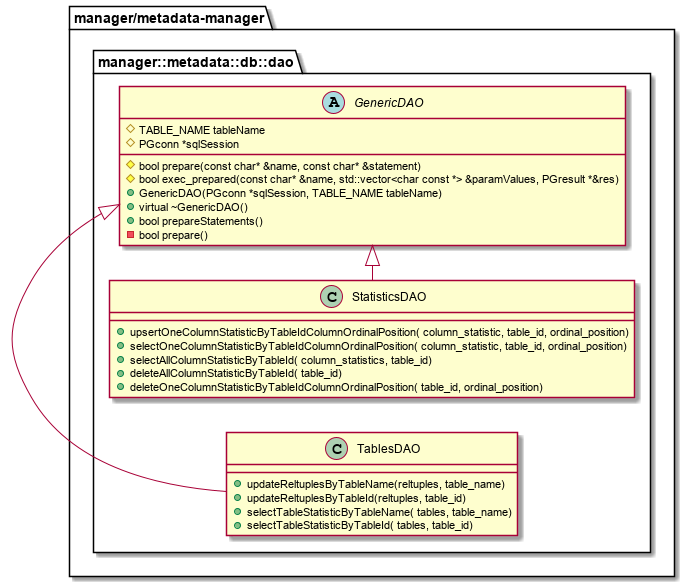
This is metadata-manager/docs/statistic/02.FD/out/uml/ClassDiagram_detail/ClassDiagram_detail_dao.png from project-tsurugi/metadata-manager, a PlantUML export, as it was before one commit.
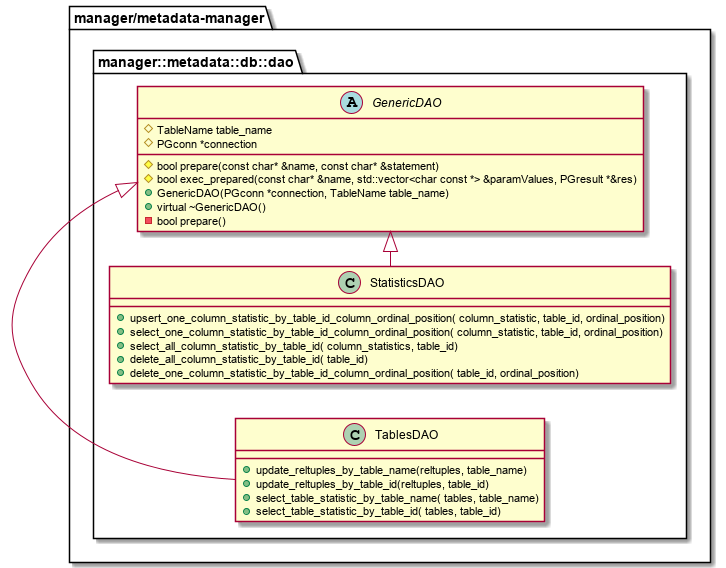
After the change.

What changed in the source:
```diff
@@ -7,29 +7,28 @@
 
     abstract class GenericDAO
     {
-      {field}#TABLE_NAME tableName
-	    {field}#PGconn *sqlSession
+      {field}#TableName table_name
+	    {field}#PGconn *connection
       {method}#bool prepare(const char* &name, const char* &statement)
 	    {method}#bool exec_prepared(const char* &name, std::vector<char const *> &paramValues, PGresult *&res)
-	    {method}+GenericDAO(PGconn *sqlSession, TABLE_NAME tableName)
+	    {method}+GenericDAO(PGconn *connection, TableName table_name)
 	    {method}+virtual ~GenericDAO()
-      {method}+bool prepareStatements()
       {method}-bool prepare()
     }
 
     class "StatisticsDAO" as StatisticsDAO{
-      {method}+upsertOneColumnStatisticByTableIdColumnOrdinalPosition( column_statistic, table_id, ordinal_position)
-      {method}+selectOneColumnStatisticByTableIdColumnOrdinalPosition( column_statistic, table_id, ordinal_position)
-      {method}+selectAllColumnStatisticByTableId( column_statistics, table_id)
-      {method}+deleteAllColumnStatisticByTableId( table_id)
-      {method}+deleteOneColumnStatisticByTableIdColumnOrdinalPosition( table_id, ordinal_position)
+      {method}+upsert_one_column_statistic_by_table_id_column_ordinal_position( column_statistic, table_id, ordinal_position)
+      {method}+select_one_column_statistic_by_table_id_column_ordinal_position( column_statistic, table_id, ordinal_position)
+      {method}+select_all_column_statistic_by_table_id( column_statistics, table_id)
+      {method}+delete_all_column_statistic_by_table_id( table_id)
+      {method}+delete_one_column_statistic_by_table_id_column_ordinal_position( table_id, ordinal_position)
     }
 
     class "TablesDAO" as TablesDAO{
-      {method}+updateReltuplesByTableName(reltuples, table_name)
-      {method}+updateReltuplesByTableId(reltuples, table_id)
-      {method}+selectTableStatisticByTableName( tables, table_name)
-      {method}+selectTableStatisticByTableId( tables, table_id)
+      {method}+update_reltuples_by_table_name(reltuples, table_name)
+      {method}+update_reltuples_by_table_id(reltuples, table_id)
+      {method}+select_table_statistic_by_table_name( tables, table_name)
+      {method}+select_table_statistic_by_table_id( tables, table_id)
     }
 
   }
```
